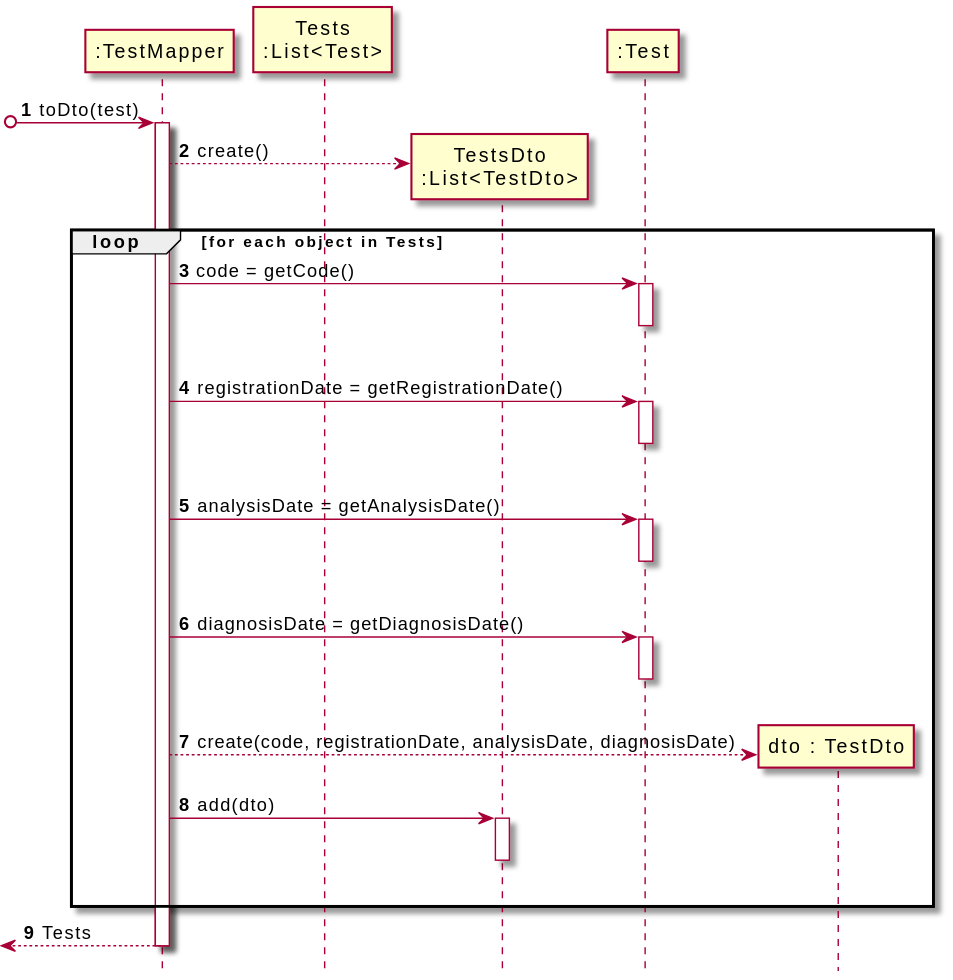
Above: docs/SprintC/US15_ValidateTheWorkDone/US15_SD_TestMapper_toDTO_List.svg in Pedromaia26/LAPR2-ISEP (PlantUML), before the change. Source of this version:
```plantuml
@startuml
autonumber
hide footbox

participant ":TestMapper" as MAPPER
participant "Tests\n:List<Test>" as TESTLIST
participant "TestsDto\n:List<TestDto>" as TESTLISTDTO
participant ":Test" as TEST
participant "dto : TestDto" as TESTDTO


[o->     MAPPER : toDto(test)
activate MAPPER

MAPPER --> TESTLISTDTO** : create()
loop for each object in Tests
MAPPER -> TEST : code = getCode()
activate TEST
|||
deactivate TEST

MAPPER -> TEST : registrationDate = getRegistrationDate()
activate TEST
|||
deactivate TEST

MAPPER -> TEST : analysisDate = getAnalysisDate()
activate TEST
|||
deactivate TEST

MAPPER -> TEST : diagnosisDate = getDiagnosisDate()
activate TEST
|||
deactivate TEST

MAPPER --> TESTDTO** : create(code, registrationDate, analysisDate, diagnosisDate)

MAPPER -> TESTLISTDTO : add(dto)
activate TESTLISTDTO
|||
deactivate TESTLISTDTO
end

[<--     MAPPER : Tests
deactivate MAPPER
@enduml
```
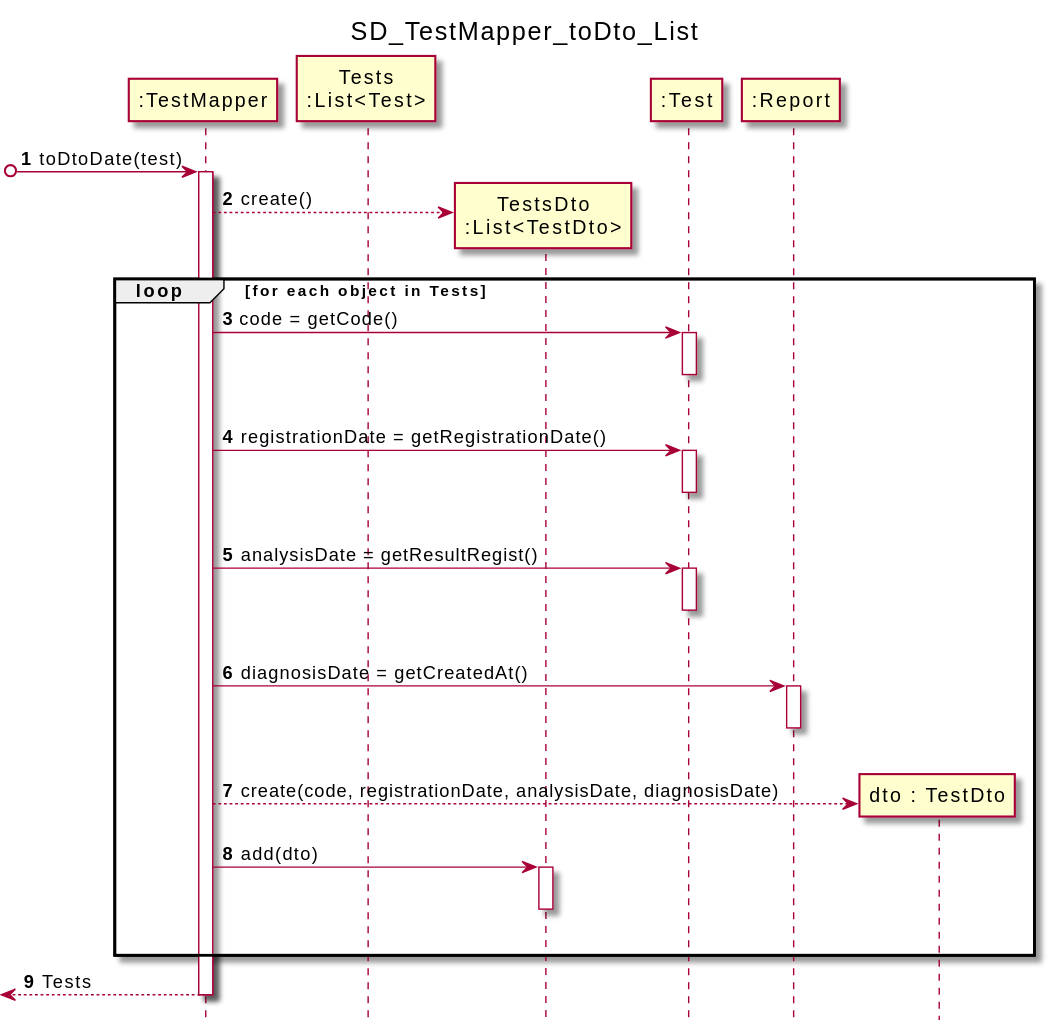
Later version of the same file.

Diff of the diagram source:
```diff
@@ -1,15 +1,17 @@
 @startuml
 autonumber
 hide footbox
+title SD_TestMapper_toDto_List
 
 participant ":TestMapper" as MAPPER
 participant "Tests\n:List<Test>" as TESTLIST
 participant "TestsDto\n:List<TestDto>" as TESTLISTDTO
 participant ":Test" as TEST
+participant ":Report" as REPORT
 participant "dto : TestDto" as TESTDTO
 
 
-[o->     MAPPER : toDto(test)
+[o->     MAPPER : toDtoDate(test)
 activate MAPPER
 
 MAPPER --> TESTLISTDTO** : create()
@@ -24,15 +26,15 @@
 |||
 deactivate TEST
 
-MAPPER -> TEST : analysisDate = getAnalysisDate()
+MAPPER -> TEST : analysisDate = getResultRegist()
 activate TEST
 |||
 deactivate TEST
 
-MAPPER -> TEST : diagnosisDate = getDiagnosisDate()
-activate TEST
+MAPPER -> REPORT : diagnosisDate = getCreatedAt()
+activate REPORT
 |||
-deactivate TEST
+deactivate REPORT
 
 MAPPER --> TESTDTO** : create(code, registrationDate, analysisDate, diagnosisDate)
 
```
